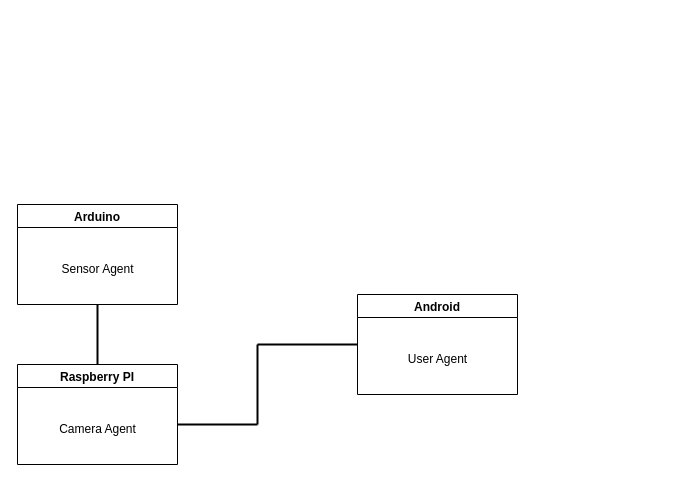
The draw.io diagram Diagrama_de_deployment.drawio in bmarrao/TPSE, before the edit. Source tidied: cells renumbered, new cells numbered last; positions are measured from the earlier drawing's top-left corner, leaving out a move shared by most shapes. Both pictures are drawn from the tidied source at 100%, with x=0, y=0 at pixel (17, 24).
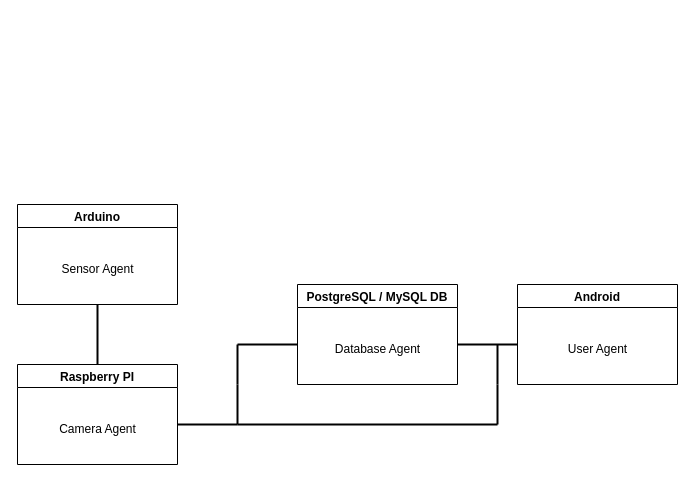
After the change.

Commit message (it also covers changes not shown here):
Added Database Agent to the schemas

The edit, as a diff of the source:
```diff
@@
     <mxCell id="6" value="Android" style="swimlane;" parent="1" vertex="1">
-      <mxGeometry x="340" y="270" width="160" height="100" as="geometry" />
+      <mxGeometry x="500" y="260" width="160" height="100" as="geometry" />
     </mxCell>
@@
     <mxCell id="10" style="endArrow=none;html=1;rounded=0;strokeWidth=2;" parent="1" edge="1">
       <mxGeometry relative="1" as="geometry">
         <mxPoint x="160" y="400" as="sourcePoint" />
-        <mxPoint x="240" y="400" as="targetPoint" />
+        <mxPoint x="220" y="400" as="targetPoint" />
       </mxGeometry>
     </mxCell>
     <mxCell id="11" style="endArrow=none;html=1;rounded=0;strokeWidth=2;" parent="1" edge="1">
       <mxGeometry relative="1" as="geometry">
-        <mxPoint x="240" y="400" as="sourcePoint" />
-        <mxPoint x="240" y="320" as="targetPoint" />
+        <mxPoint x="480" y="400" as="sourcePoint" />
+        <mxPoint x="480" y="360" as="targetPoint" />
       </mxGeometry>
     </mxCell>
-    <mxCell id="12" style="endArrow=none;html=1;rounded=0;strokeWidth=2;entryX=0;entryY=0.5;entryDx=0;entryDy=0;" parent="1" edge="1" target="6">
+    <mxCell id="12" style="endArrow=none;html=1;rounded=0;strokeWidth=2;" parent="1" edge="1">
       <mxGeometry relative="1" as="geometry">
-        <mxPoint x="240" y="320" as="sourcePoint" />
+        <mxPoint x="480" y="320" as="sourcePoint" />
+        <mxPoint x="480" y="360" as="targetPoint" />
       </mxGeometry>
     </mxCell>
+    <mxCell id="13" value="PostgreSQL / MySQL DB" style="swimlane;" parent="1" vertex="1">
+      <mxGeometry x="280" y="260" width="160" height="100" as="geometry" />
+    </mxCell>
+    <mxCell id="14" value="Database Agent" style="text;html=1;align=center;verticalAlign=middle;strokeColor=none;fillColor=none;" parent="13" vertex="1">
+      <mxGeometry x="25" y="50" width="110" height="30" as="geometry" />
+    </mxCell>
+    <mxCell id="15" style="endArrow=none;html=1;rounded=0;strokeWidth=2;" parent="1" edge="1">
+      <mxGeometry relative="1" as="geometry">
+        <mxPoint x="220" y="320" as="sourcePoint" />
+        <mxPoint x="280" y="320" as="targetPoint" />
+      </mxGeometry>
+    </mxCell>
+    <mxCell id="16" style="endArrow=none;html=1;rounded=0;strokeWidth=2;" parent="1" edge="1">
+      <mxGeometry relative="1" as="geometry">
+        <mxPoint x="440" y="320" as="sourcePoint" />
+        <mxPoint x="500" y="320" as="targetPoint" />
+      </mxGeometry>
+    </mxCell>
+    <mxCell id="17" style="endArrow=none;html=1;rounded=0;strokeWidth=2;" parent="1" edge="1">
+      <mxGeometry relative="1" as="geometry">
+        <mxPoint x="220" y="400" as="sourcePoint" />
+        <mxPoint x="480" y="400" as="targetPoint" />
+      </mxGeometry>
+    </mxCell>
+    <mxCell id="18" style="endArrow=none;html=1;rounded=0;strokeWidth=2;" parent="1" edge="1">
+      <mxGeometry relative="1" as="geometry">
+        <mxPoint x="220" y="400" as="sourcePoint" />
+        <mxPoint x="220" y="360" as="targetPoint" />
+      </mxGeometry>
+    </mxCell>
+    <mxCell id="19" style="endArrow=none;html=1;rounded=0;strokeWidth=2;" parent="1" edge="1">
+      <mxGeometry relative="1" as="geometry">
+        <mxPoint x="220" y="320" as="sourcePoint" />
+        <mxPoint x="220" y="360" as="targetPoint" />
+      </mxGeometry>
+    </mxCell>
```
